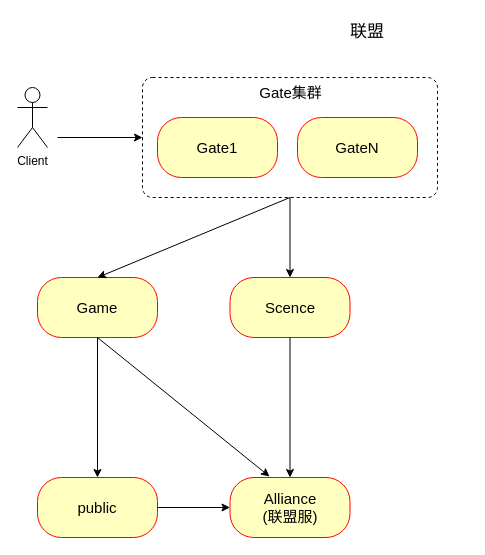
Before: Untitled Diagram.drawio in xingjilin-focus/C-C-, a draw.io diagram. Source tidied: cells renumbered, new cells numbered last; positions are measured from the earlier drawing's top-left corner, leaving out a move shared by most shapes. Both pictures are drawn from the tidied source at 100%, with x=0, y=0 at pixel (17, 17).
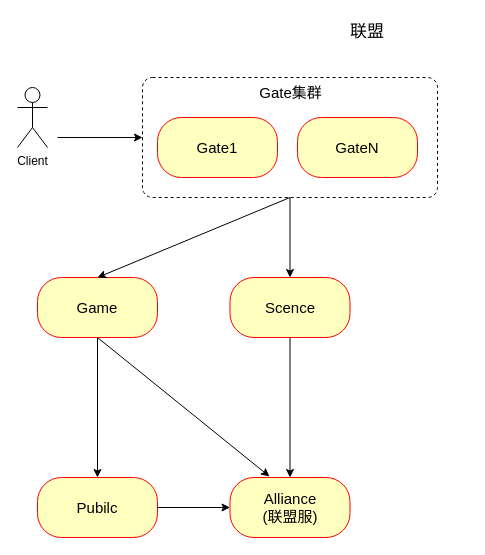
After the change.

Change to the diagram source:
```diff
@@
 <mxGraphModel>
   <root>
     <mxCell id="0" />
     <mxCell id="1" parent="0" />
     <mxCell id="2" value="&lt;font style=&quot;font-size: 17px&quot;&gt;联盟&lt;/font&gt;" style="text;html=1;strokeColor=none;fillColor=none;align=center;verticalAlign=middle;whiteSpace=wrap;rounded=0;" parent="1" vertex="1">
       <mxGeometry x="250" width="200" height="30" as="geometry" />
     </mxCell>
     <mxCell id="3" value="&lt;font style=&quot;font-size: 15px&quot;&gt;Scence&lt;/font&gt;" style="rounded=1;whiteSpace=wrap;html=1;arcSize=40;fontColor=#000000;fillColor=#ffffc0;strokeColor=#ff0000;" parent="1" vertex="1">
       <mxGeometry x="212.5" y="260" width="120" height="60" as="geometry" />
     </mxCell>
     <mxCell id="4" value="&lt;span style=&quot;font-size: 15px&quot;&gt;Alliance&lt;/span&gt;&lt;br style=&quot;font-size: 15px&quot;&gt;&lt;span style=&quot;font-size: 15px&quot;&gt;(联盟服)&lt;/span&gt;" style="rounded=1;whiteSpace=wrap;html=1;arcSize=40;fontColor=#000000;fillColor=#ffffc0;strokeColor=#ff0000;" parent="1" vertex="1">
       <mxGeometry x="212.5" y="460" width="120" height="60" as="geometry" />
     </mxCell>
     <mxCell id="5" value="&lt;font style=&quot;font-size: 15px&quot;&gt;Game&lt;/font&gt;" style="rounded=1;whiteSpace=wrap;html=1;arcSize=40;fontColor=#000000;fillColor=#ffffc0;strokeColor=#ff0000;" parent="1" vertex="1">
       <mxGeometry x="20" y="260" width="120" height="60" as="geometry" />
     </mxCell>
     <mxCell id="6" value="Client" style="shape=umlActor;verticalLabelPosition=bottom;verticalAlign=top;html=1;strokeColor=#000000;" parent="1" vertex="1">
       <mxGeometry y="70" width="30" height="60" as="geometry" />
     </mxCell>
     <mxCell id="7" value="&lt;font style=&quot;font-size: 15px&quot;&gt;Gate集群&lt;/font&gt;" style="html=1;align=center;verticalAlign=top;rounded=1;absoluteArcSize=1;arcSize=20;dashed=1;strokeColor=#000000;" parent="1" vertex="1">
       <mxGeometry x="125" y="60" width="295" height="120" as="geometry" />
     </mxCell>
     <mxCell id="8" value="&lt;font style=&quot;font-size: 15px&quot;&gt;Gate1&lt;/font&gt;" style="rounded=1;whiteSpace=wrap;html=1;arcSize=40;fontColor=#000000;fillColor=#ffffc0;strokeColor=#ff0000;" parent="1" vertex="1">
       <mxGeometry x="140" y="100" width="120" height="60" as="geometry" />
     </mxCell>
     <mxCell id="9" value="&lt;font style=&quot;font-size: 15px&quot;&gt;GateN&lt;/font&gt;" style="rounded=1;whiteSpace=wrap;html=1;arcSize=40;fontColor=#000000;fillColor=#ffffc0;strokeColor=#ff0000;" parent="1" vertex="1">
       <mxGeometry x="280" y="100" width="120" height="60" as="geometry" />
     </mxCell>
-    <mxCell id="10" value="&lt;font style=&quot;font-size: 15px&quot;&gt;public&lt;/font&gt;" style="rounded=1;whiteSpace=wrap;html=1;arcSize=40;fontColor=#000000;fillColor=#ffffc0;strokeColor=#ff0000;" parent="1" vertex="1">
+    <mxCell id="10" value="&lt;span style=&quot;font-size: 15px&quot;&gt;Pubilc&lt;/span&gt;" style="rounded=1;whiteSpace=wrap;html=1;arcSize=40;fontColor=#000000;fillColor=#ffffc0;strokeColor=#ff0000;" parent="1" vertex="1">
       <mxGeometry x="20" y="460" width="120" height="60" as="geometry" />
     </mxCell>
     <mxCell id="11" style="endArrow=classic;html=1;exitX=0.5;exitY=1;exitDx=0;exitDy=0;" parent="1" edge="1" source="7">
       <mxGeometry relative="1" as="geometry">
         <mxPoint x="80" y="260" as="targetPoint" />
       </mxGeometry>
     </mxCell>
     <mxCell id="12" style="endArrow=classic;html=1;exitX=0.5;exitY=1;exitDx=0;exitDy=0;" parent="1" edge="1" source="7" target="3">
       <mxGeometry relative="1" as="geometry" />
     </mxCell>
     <mxCell id="13" style="endArrow=classic;html=1;entryX=0.5;entryY=0;entryDx=0;entryDy=0;exitX=0.5;exitY=1;exitDx=0;exitDy=0;" parent="1" edge="1" source="5" target="10">
       <mxGeometry relative="1" as="geometry" />
     </mxCell>
     <mxCell id="14" style="endArrow=classic;html=1;entryX=0.329;entryY=-0.017;entryDx=0;entryDy=0;entryPerimeter=0;" parent="1" edge="1" target="4">
       <mxGeometry relative="1" as="geometry">
         <mxPoint x="80" y="320" as="sourcePoint" />
       </mxGeometry>
     </mxCell>
     <mxCell id="15" style="endArrow=classic;html=1;exitX=0.5;exitY=1;exitDx=0;exitDy=0;entryX=0.5;entryY=0;entryDx=0;entryDy=0;" parent="1" edge="1" source="3" target="4">
       <mxGeometry relative="1" as="geometry" />
     </mxCell>
     <mxCell id="16" style="endArrow=classic;html=1;entryX=0;entryY=0.5;entryDx=0;entryDy=0;exitX=1;exitY=0.5;exitDx=0;exitDy=0;" parent="1" edge="1" source="10" target="4">
       <mxGeometry relative="1" as="geometry" />
     </mxCell>
     <mxCell id="17" style="endArrow=classic;html=1;entryX=0;entryY=0.5;entryDx=0;entryDy=0;" parent="1" edge="1" target="7">
       <mxGeometry relative="1" as="geometry">
         <mxPoint x="40" y="120" as="sourcePoint" />
       </mxGeometry>
     </mxCell>
   </root>
 </mxGraphModel>
```
